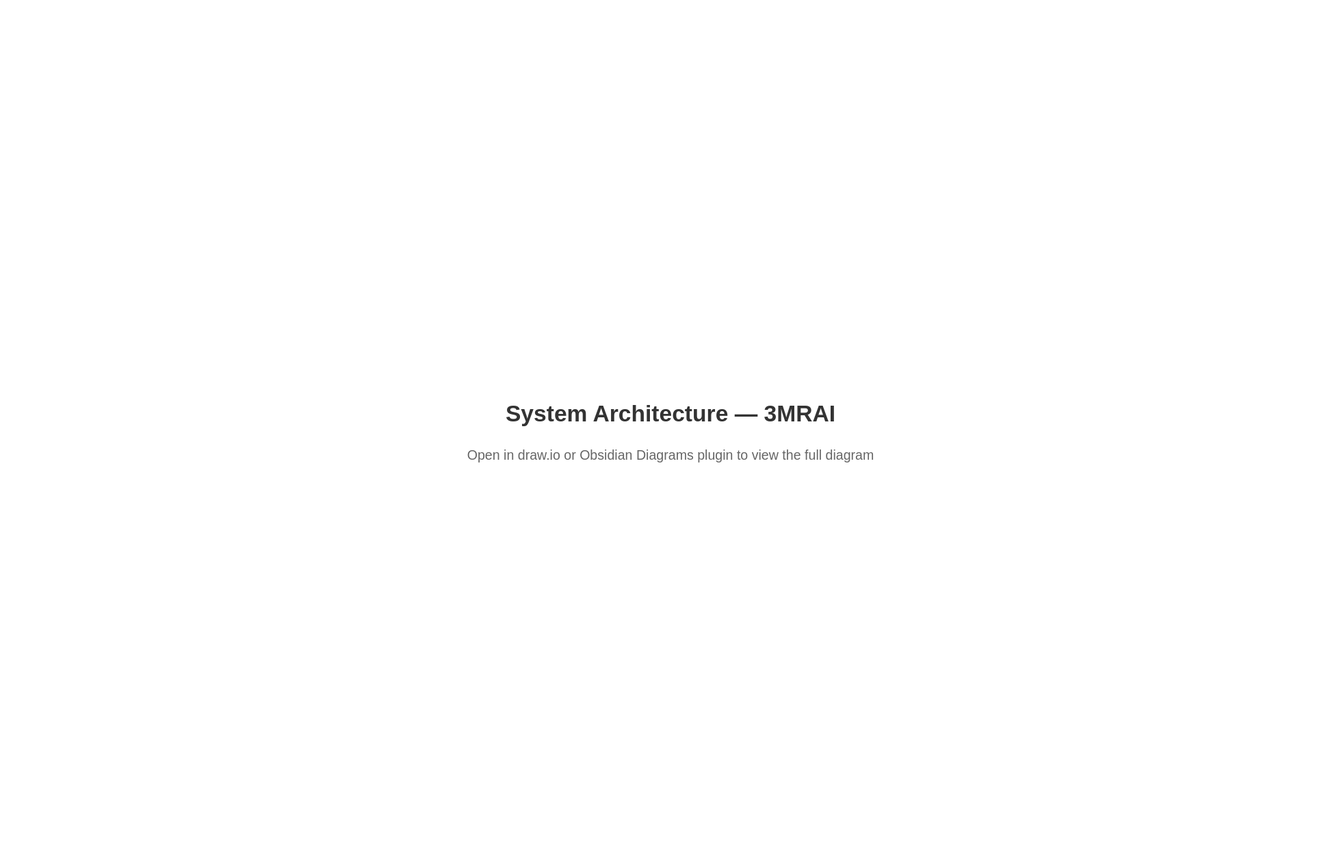
This is docs/00-overview/diagrams/architecture.drawio.svg from je-martinez/3-microservices-running-on-aws-infrastructure, a draw.io export, as it was before one commit. Source tidied: cells renumbered, new cells last; positions are measured from the earlier drawing's top-left corner, leaving out a move shared by most shapes.
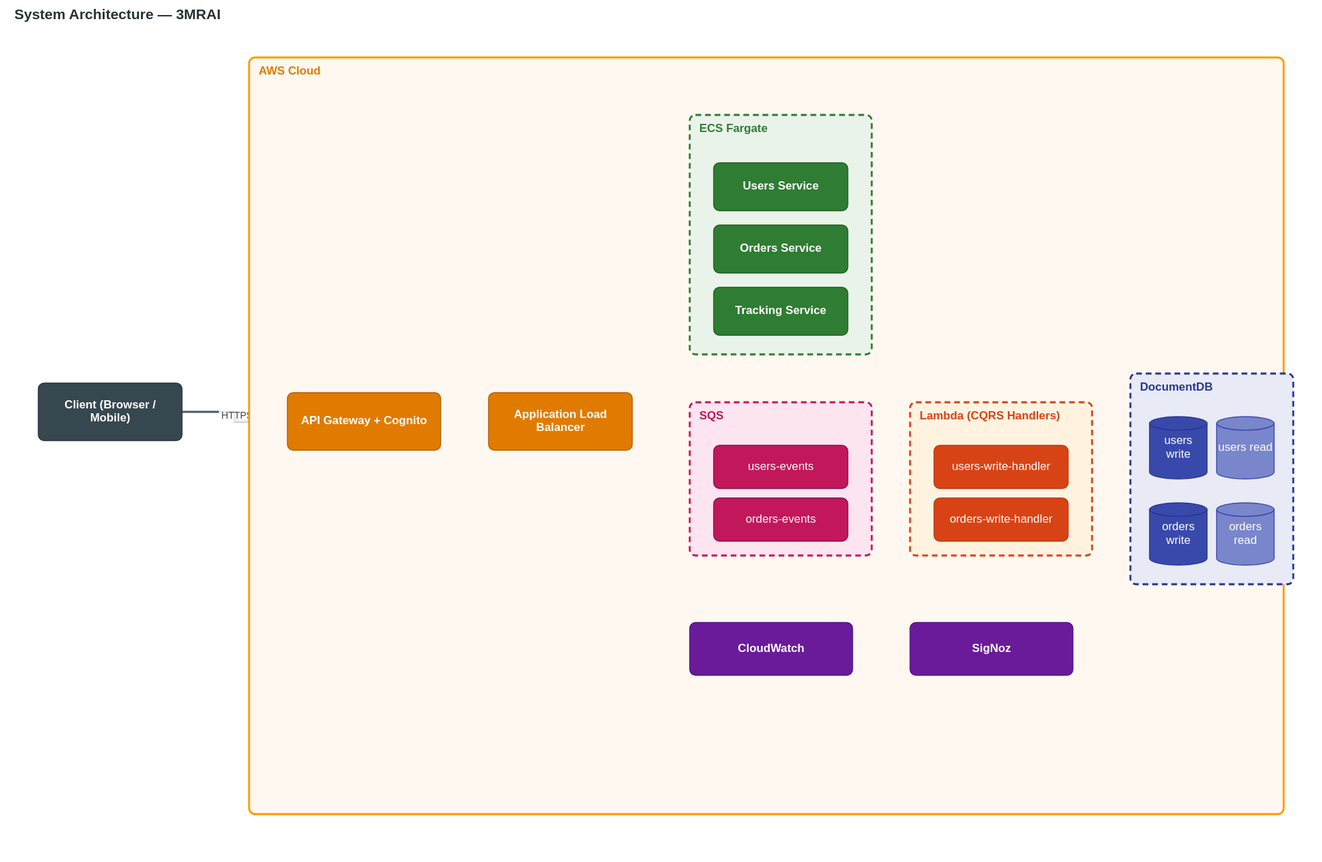
Above is the later version.

The edit, as a diff of the source:
```diff
@@ -2,124 +2,118 @@
   <root>
     <mxCell id="0" />
     <mxCell id="1" parent="0" />
-    <mxCell id="2" value="Client&#10;(Browser / Mobile)" style="rounded=1;whiteSpace=wrap;html=1;fillColor=#dae8fc;strokeColor=#6c8ebf;" parent="1" vertex="1">
-      <mxGeometry y="340" width="140" height="60" as="geometry" />
+    <mxCell id="2" value="Client&#10;(Browser / Mobile)" style="rounded=1;whiteSpace=wrap;html=1;fillColor=#37474F;strokeColor=#263238;fontColor=#ffffff;fontStyle=1;" parent="1" vertex="1">
+      <mxGeometry y="340" width="150" height="60" as="geometry" />
     </mxCell>
-    <mxCell id="3" value="AWS Cloud" style="rounded=0;whiteSpace=wrap;html=1;fillColor=none;strokeColor=#FF9900;verticalAlign=top;fontStyle=1;fontColor=#FF9900;startSize=24;" parent="1" vertex="1">
-      <mxGeometry x="220" width="1080" height="780" as="geometry" />
+    <mxCell id="3" value="AWS Cloud" style="rounded=8;whiteSpace=wrap;html=1;fillColor=#FFF8F0;strokeColor=#FF9900;strokeWidth=2;verticalAlign=top;fontStyle=1;fontColor=#E07B00;startSize=30;" parent="1" vertex="1">
+      <mxGeometry x="220" width="1080" height="790" as="geometry" />
     </mxCell>
-    <mxCell id="4" value="API Gateway&#10;+ Cognito Authorizer" style="rounded=1;whiteSpace=wrap;html=1;fillColor=#ffe6cc;strokeColor=#d79b00;" parent="3" vertex="1">
-      <mxGeometry x="40" y="340" width="150" height="60" as="geometry" />
+    <mxCell id="4" value="API Gateway + Cognito" style="rounded=1;whiteSpace=wrap;html=1;fillColor=#E07B00;strokeColor=#B35F00;fontColor=#ffffff;fontStyle=1;" parent="3" vertex="1">
+      <mxGeometry x="40" y="350" width="160" height="60" as="geometry" />
     </mxCell>
-    <mxCell id="5" value="Application&#10;Load Balancer" style="rounded=1;whiteSpace=wrap;html=1;fillColor=#ffe6cc;strokeColor=#d79b00;" parent="3" vertex="1">
-      <mxGeometry x="240" y="340" width="130" height="60" as="geometry" />
+    <mxCell id="5" value="Application Load Balancer" style="rounded=1;whiteSpace=wrap;html=1;fillColor=#E07B00;strokeColor=#B35F00;fontColor=#ffffff;fontStyle=1;" parent="3" vertex="1">
+      <mxGeometry x="250" y="350" width="150" height="60" as="geometry" />
     </mxCell>
-    <mxCell id="6" value="ECS Fargate" style="rounded=0;whiteSpace=wrap;html=1;fillColor=#f5f5f5;strokeColor=#666666;verticalAlign=top;fontStyle=1;startSize=24;" parent="3" vertex="1">
-      <mxGeometry x="420" y="60" width="180" height="240" as="geometry" />
+    <mxCell id="6" value="ECS Fargate" style="rounded=8;whiteSpace=wrap;html=1;fillColor=#EAF3EA;strokeColor=#2E7D32;strokeWidth=2;verticalAlign=top;fontStyle=1;fontColor=#2E7D32;startSize=28;dashed=1;" parent="3" vertex="1">
+      <mxGeometry x="460" y="60" width="190" height="250" as="geometry" />
     </mxCell>
-    <mxCell id="7" value="Users Service" style="rounded=1;whiteSpace=wrap;html=1;fillColor=#d5e8d4;strokeColor=#82b366;" parent="6" vertex="1">
-      <mxGeometry x="20" y="40" width="140" height="50" as="geometry" />
+    <mxCell id="7" value="Users Service" style="rounded=1;whiteSpace=wrap;html=1;fillColor=#2E7D32;strokeColor=#1B5E20;fontColor=#ffffff;fontStyle=1;" parent="6" vertex="1">
+      <mxGeometry x="25" y="50" width="140" height="50" as="geometry" />
     </mxCell>
-    <mxCell id="8" value="Orders Service" style="rounded=1;whiteSpace=wrap;html=1;fillColor=#d5e8d4;strokeColor=#82b366;" parent="6" vertex="1">
-      <mxGeometry x="20" y="105" width="140" height="50" as="geometry" />
+    <mxCell id="8" value="Orders Service" style="rounded=1;whiteSpace=wrap;html=1;fillColor=#2E7D32;strokeColor=#1B5E20;fontColor=#ffffff;fontStyle=1;" parent="6" vertex="1">
+      <mxGeometry x="25" y="115" width="140" height="50" as="geometry" />
     </mxCell>
-    <mxCell id="9" value="Tracking Service" style="rounded=1;whiteSpace=wrap;html=1;fillColor=#d5e8d4;strokeColor=#82b366;" parent="6" vertex="1">
-      <mxGeometry x="20" y="170" width="140" height="50" as="geometry" />
+    <mxCell id="9" value="Tracking Service" style="rounded=1;whiteSpace=wrap;html=1;fillColor=#2E7D32;strokeColor=#1B5E20;fontColor=#ffffff;fontStyle=1;" parent="6" vertex="1">
+      <mxGeometry x="25" y="180" width="140" height="50" as="geometry" />
     </mxCell>
-    <mxCell id="10" value="SQS" style="rounded=0;whiteSpace=wrap;html=1;fillColor=#f5f5f5;strokeColor=#666666;verticalAlign=top;fontStyle=1;startSize=24;" parent="3" vertex="1">
-      <mxGeometry x="420" y="340" width="180" height="150" as="geometry" />
+    <mxCell id="10" value="SQS" style="rounded=8;whiteSpace=wrap;html=1;fillColor=#FCE4F1;strokeColor=#C2185B;strokeWidth=2;verticalAlign=top;fontStyle=1;fontColor=#C2185B;startSize=28;dashed=1;" parent="3" vertex="1">
+      <mxGeometry x="460" y="360" width="190" height="160" as="geometry" />
     </mxCell>
-    <mxCell id="11" value="users-events" style="shape=mxgraph.aws4.sqs;whiteSpace=wrap;html=1;fillColor=#E7157B;strokeColor=none;fontColor=#ffffff;" parent="10" vertex="1">
-      <mxGeometry x="30" y="40" width="120" height="40" as="geometry" />
+    <mxCell id="11" value="users-events" style="rounded=1;whiteSpace=wrap;html=1;fillColor=#C2185B;strokeColor=#880E4F;fontColor=#ffffff;" parent="10" vertex="1">
+      <mxGeometry x="25" y="45" width="140" height="45" as="geometry" />
     </mxCell>
-    <mxCell id="12" value="orders-events" style="shape=mxgraph.aws4.sqs;whiteSpace=wrap;html=1;fillColor=#E7157B;strokeColor=none;fontColor=#ffffff;" parent="10" vertex="1">
-      <mxGeometry x="30" y="95" width="120" height="40" as="geometry" />
+    <mxCell id="12" value="orders-events" style="rounded=1;whiteSpace=wrap;html=1;fillColor=#C2185B;strokeColor=#880E4F;fontColor=#ffffff;" parent="10" vertex="1">
+      <mxGeometry x="25" y="100" width="140" height="45" as="geometry" />
     </mxCell>
-    <mxCell id="13" value="Lambda (CQRS Handlers)" style="rounded=0;whiteSpace=wrap;html=1;fillColor=#f5f5f5;strokeColor=#666666;verticalAlign=top;fontStyle=1;startSize=24;" parent="3" vertex="1">
-      <mxGeometry x="640" y="340" width="180" height="150" as="geometry" />
+    <mxCell id="13" value="Lambda (CQRS Handlers)" style="rounded=8;whiteSpace=wrap;html=1;fillColor=#FFF3E0;strokeColor=#D84315;strokeWidth=2;verticalAlign=top;fontStyle=1;fontColor=#D84315;startSize=28;dashed=1;" parent="3" vertex="1">
+      <mxGeometry x="690" y="360" width="190" height="160" as="geometry" />
     </mxCell>
-    <mxCell id="14" value="users-write-handler" style="rounded=1;whiteSpace=wrap;html=1;fillColor=#fff2cc;strokeColor=#d6b656;" parent="13" vertex="1">
-      <mxGeometry x="20" y="40" width="140" height="40" as="geometry" />
+    <mxCell id="14" value="users-write-handler" style="rounded=1;whiteSpace=wrap;html=1;fillColor=#D84315;strokeColor=#BF360C;fontColor=#ffffff;" parent="13" vertex="1">
+      <mxGeometry x="25" y="45" width="140" height="45" as="geometry" />
     </mxCell>
-    <mxCell id="15" value="orders-write-handler" style="rounded=1;whiteSpace=wrap;html=1;fillColor=#fff2cc;strokeColor=#d6b656;" parent="13" vertex="1">
-      <mxGeometry x="20" y="95" width="140" height="40" as="geometry" />
+    <mxCell id="15" value="orders-write-handler" style="rounded=1;whiteSpace=wrap;html=1;fillColor=#D84315;strokeColor=#BF360C;fontColor=#ffffff;" parent="13" vertex="1">
+      <mxGeometry x="25" y="100" width="140" height="45" as="geometry" />
     </mxCell>
-    <mxCell id="16" value="DocumentDB" style="rounded=0;whiteSpace=wrap;html=1;fillColor=#f5f5f5;strokeColor=#666666;verticalAlign=top;fontStyle=1;startSize=24;" parent="3" vertex="1">
-      <mxGeometry x="860" y="300" width="180" height="240" as="geometry" />
+    <mxCell id="16" value="DocumentDB" style="rounded=8;whiteSpace=wrap;html=1;fillColor=#E8EAF6;strokeColor=#283593;strokeWidth=2;verticalAlign=top;fontStyle=1;fontColor=#283593;startSize=28;dashed=1;" parent="3" vertex="1">
+      <mxGeometry x="920" y="330" width="170" height="220" as="geometry" />
     </mxCell>
-    <mxCell id="17" value="users-write" style="shape=cylinder3;whiteSpace=wrap;html=1;fillColor=#dae8fc;strokeColor=#6c8ebf;" parent="16" vertex="1">
-      <mxGeometry x="20" y="40" width="60" height="60" as="geometry" />
+    <mxCell id="17" value="users write" style="shape=cylinder3;whiteSpace=wrap;html=1;fillColor=#3949AB;strokeColor=#283593;fontColor=#ffffff;" parent="16" vertex="1">
+      <mxGeometry x="20" y="45" width="60" height="65" as="geometry" />
     </mxCell>
-    <mxCell id="18" value="users-read" style="shape=cylinder3;whiteSpace=wrap;html=1;fillColor=#dae8fc;strokeColor=#6c8ebf;" parent="16" vertex="1">
-      <mxGeometry x="100" y="40" width="60" height="60" as="geometry" />
+    <mxCell id="18" value="users read" style="shape=cylinder3;whiteSpace=wrap;html=1;fillColor=#7986CB;strokeColor=#3949AB;fontColor=#ffffff;" parent="16" vertex="1">
+      <mxGeometry x="90" y="45" width="60" height="65" as="geometry" />
     </mxCell>
-    <mxCell id="19" value="orders-write" style="shape=cylinder3;whiteSpace=wrap;html=1;fillColor=#dae8fc;strokeColor=#6c8ebf;" parent="16" vertex="1">
-      <mxGeometry x="20" y="140" width="60" height="60" as="geometry" />
+    <mxCell id="19" value="orders write" style="shape=cylinder3;whiteSpace=wrap;html=1;fillColor=#3949AB;strokeColor=#283593;fontColor=#ffffff;" parent="16" vertex="1">
+      <mxGeometry x="20" y="135" width="60" height="65" as="geometry" />
     </mxCell>
-    <mxCell id="20" value="orders-read" style="shape=cylinder3;whiteSpace=wrap;html=1;fillColor=#dae8fc;strokeColor=#6c8ebf;" parent="16" vertex="1">
-      <mxGeometry x="100" y="140" width="60" height="60" as="geometry" />
+    <mxCell id="20" value="orders read" style="shape=cylinder3;whiteSpace=wrap;html=1;fillColor=#7986CB;strokeColor=#3949AB;fontColor=#ffffff;" parent="16" vertex="1">
+      <mxGeometry x="90" y="135" width="60" height="65" as="geometry" />
     </mxCell>
-    <mxCell id="21" value="CloudWatch&#10;Logs &amp; Metrics" style="rounded=1;whiteSpace=wrap;html=1;fillColor=#e1d5e7;strokeColor=#9673a6;" parent="3" vertex="1">
-      <mxGeometry x="420" y="560" width="160" height="60" as="geometry" />
+    <mxCell id="21" value="CloudWatch" style="rounded=1;whiteSpace=wrap;html=1;fillColor=#6A1B9A;strokeColor=#4A148C;fontColor=#ffffff;fontStyle=1;" parent="3" vertex="1">
+      <mxGeometry x="460" y="590" width="170" height="55" as="geometry" />
     </mxCell>
-    <mxCell id="22" value="SigNoz&#10;Dashboards" style="rounded=1;whiteSpace=wrap;html=1;fillColor=#e1d5e7;strokeColor=#9673a6;" parent="3" vertex="1">
-      <mxGeometry x="640" y="560" width="160" height="60" as="geometry" />
+    <mxCell id="22" value="SigNoz" style="rounded=1;whiteSpace=wrap;html=1;fillColor=#6A1B9A;strokeColor=#4A148C;fontColor=#ffffff;fontStyle=1;" parent="3" vertex="1">
+      <mxGeometry x="690" y="590" width="170" height="55" as="geometry" />
     </mxCell>
-    <mxCell id="23" style="edgeStyle=orthogonalEdgeStyle;rounded=0;html=1;" parent="1" edge="1" source="2" target="4">
+    <mxCell id="23" value="HTTPS" style="strokeColor=#455A64;fontColor=#37474F;" parent="1" edge="1" source="2" target="4">
       <mxGeometry relative="1" as="geometry" />
     </mxCell>
-    <mxCell id="24" style="edgeStyle=orthogonalEdgeStyle;rounded=0;html=1;" parent="1" edge="1" source="4" target="5">
+    <mxCell id="24" style="strokeColor=#455A64;" parent="1" edge="1" source="4" target="5">
       <mxGeometry relative="1" as="geometry" />
     </mxCell>
-    <mxCell id="25" style="edgeStyle=orthogonalEdgeStyle;rounded=0;html=1;" parent="1" edge="1" source="5" target="7">
+    <mxCell id="25" style="strokeColor=#455A64;" parent="1" edge="1" source="5" target="7">
       <mxGeometry relative="1" as="geometry" />
     </mxCell>
-    <mxCell id="26" style="edgeStyle=orthogonalEdgeStyle;rounded=0;html=1;" parent="1" edge="1" source="5" target="8">
+    <mxCell id="26" style="strokeColor=#455A64;" parent="1" edge="1" source="5" target="8">
       <mxGeometry relative="1" as="geometry" />
     </mxCell>
-    <mxCell id="27" style="edgeStyle=orthogonalEdgeStyle;rounded=0;html=1;" parent="1" edge="1" source="5" target="9">
+    <mxCell id="27" style="strokeColor=#455A64;" parent="1" edge="1" source="5" target="9">
       <mxGeometry relative="1" as="geometry" />
     </mxCell>
-    <mxCell id="28" value="gRPC" style="edgeStyle=orthogonalEdgeStyle;rounded=0;html=1;dashed=1;" parent="1" edge="1" source="7" target="8">
+    <mxCell id="28" value="gRPC" style="dashed=1;strokeColor=#2E7D32;fontColor=#1B5E20;" parent="1" edge="1" source="7" target="8">
       <mxGeometry relative="1" as="geometry" />
     </mxCell>
-    <mxCell id="29" value="gRPC" style="edgeStyle=orthogonalEdgeStyle;rounded=0;html=1;dashed=1;" parent="1" edge="1" source="8" target="9">
+    <mxCell id="29" value="gRPC" style="dashed=1;strokeColor=#2E7D32;fontColor=#1B5E20;" parent="1" edge="1" source="8" target="9">
       <mxGeometry relative="1" as="geometry" />
     </mxCell>
-    <mxCell id="30" style="edgeStyle=orthogonalEdgeStyle;rounded=0;html=1;" parent="1" edge="1" source="7" target="11">
+    <mxCell id="30" value="emit" style="strokeColor=#C2185B;fontColor=#880E4F;" parent="1" edge="1" source="7" target="11">
       <mxGeometry relative="1" as="geometry" />
     </mxCell>
-    <mxCell id="31" style="edgeStyle=orthogonalEdgeStyle;rounded=0;html=1;" parent="1" edge="1" source="8" target="12">
+    <mxCell id="31" value="emit" style="strokeColor=#C2185B;fontColor=#880E4F;" parent="1" edge="1" source="8" target="12">
       <mxGeometry relative="1" as="geometry" />
     </mxCell>
-    <mxCell id="32" style="edgeStyle=orthogonalEdgeStyle;rounded=0;html=1;" parent="1" edge="1" source="11" target="14">
+    <mxCell id="32" style="strokeColor=#D84315;" parent="1" edge="1" source="11" target="14">
       <mxGeometry relative="1" as="geometry" />
     </mxCell>
-    <mxCell id="33" style="edgeStyle=orthogonalEdgeStyle;rounded=0;html=1;" parent="1" edge="1" source="12" target="15">
+    <mxCell id="33" style="strokeColor=#D84315;" parent="1" edge="1" source="12" target="15">
       <mxGeometry relative="1" as="geometry" />
     </mxCell>
-    <mxCell id="34" style="edgeStyle=orthogonalEdgeStyle;rounded=0;html=1;" parent="1" edge="1" source="14" target="17">
+    <mxCell id="34" value="write" style="strokeColor=#283593;fontColor=#283593;" parent="1" edge="1" source="14" target="17">
       <mxGeometry relative="1" as="geometry" />
     </mxCell>
-    <mxCell id="35" style="edgeStyle=orthogonalEdgeStyle;rounded=0;html=1;" parent="1" edge="1" source="15" target="19">
+    <mxCell id="35" value="write" style="strokeColor=#283593;fontColor=#283593;" parent="1" edge="1" source="15" target="19">
       <mxGeometry relative="1" as="geometry" />
     </mxCell>
-    <mxCell id="36" value="replicates" style="edgeStyle=orthogonalEdgeStyle;rounded=0;html=1;dashed=1;" parent="1" edge="1" source="17" target="18">
+    <mxCell id="36" value="replicates" style="dashed=1;strokeColor=#7986CB;fontColor=#3949AB;" parent="1" edge="1" source="17" target="18">
       <mxGeometry relative="1" as="geometry" />
     </mxCell>
-    <mxCell id="37" value="replicates" style="edgeStyle=orthogonalEdgeStyle;rounded=0;html=1;dashed=1;" parent="1" edge="1" source="19" target="20">
+    <mxCell id="37" value="replicates" style="dashed=1;strokeColor=#7986CB;fontColor=#3949AB;" parent="1" edge="1" source="19" target="20">
       <mxGeometry relative="1" as="geometry" />
     </mxCell>
-    <mxCell id="38" style="edgeStyle=orthogonalEdgeStyle;rounded=0;html=1;" parent="1" edge="1" source="7" target="21">
+    <mxCell id="38" value="logs" style="dashed=1;strokeColor=#6A1B9A;fontColor=#4A148C;" parent="1" edge="1" source="9" target="21">
       <mxGeometry relative="1" as="geometry" />
     </mxCell>
-    <mxCell id="39" style="edgeStyle=orthogonalEdgeStyle;rounded=0;html=1;" parent="1" edge="1" source="8" target="21">
-      <mxGeometry relative="1" as="geometry" />
-    </mxCell>
-    <mxCell id="40" style="edgeStyle=orthogonalEdgeStyle;rounded=0;html=1;" parent="1" edge="1" source="9" target="21">
-      <mxGeometry relative="1" as="geometry" />
-    </mxCell>
-    <mxCell id="41" style="edgeStyle=orthogonalEdgeStyle;rounded=0;html=1;" parent="1" edge="1" source="21" target="22">
+    <mxCell id="41" value="forward" style="strokeColor=#6A1B9A;fontColor=#4A148C;" parent="1" edge="1" source="21" target="22">
       <mxGeometry relative="1" as="geometry" />
     </mxCell>
   </root>
```
